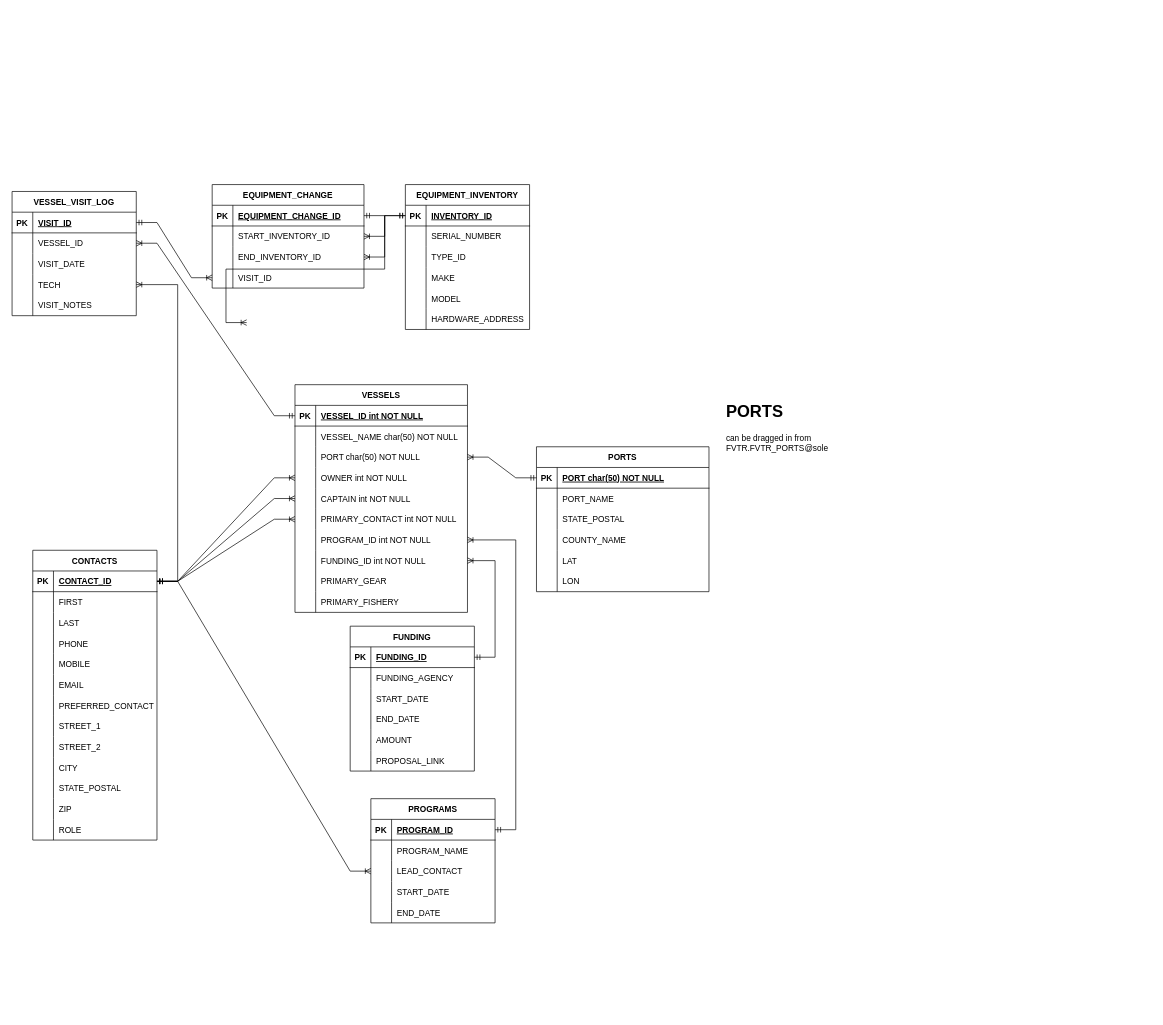
Above: eMOLT.drawio in GMaynard1/emolt_project_management (draw.io), before the change. Source tidied: cells renumbered, new cells numbered last; positions are measured from the earlier drawing's top-left corner, leaving out a move shared by most shapes. Both pictures are drawn from the tidied source at 69%, with x=0, y=0 at pixel (12, 184).
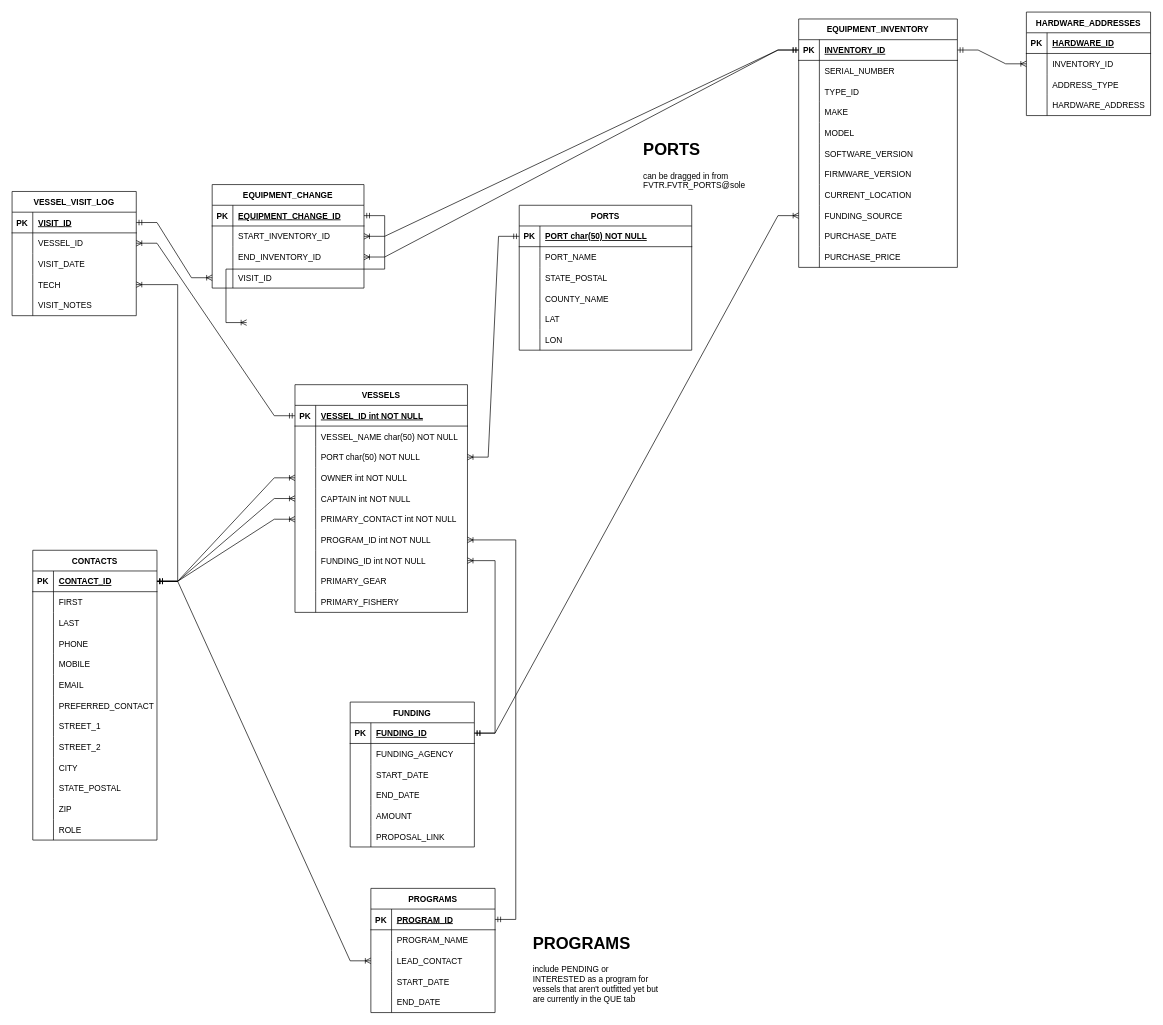
Above is the later version.

The change refers to these unchanged cells:
```xml
<mxCell id="115" style="shape=partialRectangle;fillColor=none;top=0;left=0;bottom=1;right=0;points=[[0,0.5],[1,0.5]];portConstraint=eastwest;" parent="114" vertex="1">
  <mxGeometry y="30" width="180" height="30" as="geometry" />
</mxCell>
```

Change to the diagram source:
```diff
@@
     <mxCell id="2" value="PORTS" style="shape=table;startSize=30;childLayout=tableLayout;rowLines=0;fontStyle=1;align=center;" parent="1" vertex="1">
-      <mxGeometry x="760" y="380" width="250" height="210" as="geometry" />
+      <mxGeometry x="735" y="30" width="250" height="210" as="geometry" />
     </mxCell>
@@
     <mxCell id="52" value="&lt;h1&gt;&lt;span&gt;PORTS&lt;/span&gt;&lt;/h1&gt;&lt;p&gt;&lt;span style=&quot;font-size: 12px ; font-weight: normal&quot;&gt;can be dragged in from FVTR.FVTR_PORTS@sole&lt;/span&gt;&lt;/p&gt;" style="text;html=1;strokeColor=none;fillColor=none;spacing=5;spacingTop=-20;whiteSpace=wrap;overflow=hidden;rounded=0;" parent="1" vertex="1">
-      <mxGeometry x="1030" y="310" width="190" height="90" as="geometry" />
+      <mxGeometry x="910" y="-70" width="190" height="90" as="geometry" />
     </mxCell>
@@
     <mxCell id="96" value="PROGRAMS" style="shape=table;startSize=30;childLayout=tableLayout;rowLines=0;fontStyle=1;align=center;" parent="1" vertex="1">
-      <mxGeometry x="520" y="890" width="180" height="180" as="geometry" />
+      <mxGeometry x="520" y="1020" width="180" height="180" as="geometry" />
     </mxCell>
@@
     <mxCell id="114" value="FUNDING" style="shape=table;startSize=30;childLayout=tableLayout;rowLines=0;fontStyle=1;align=center;" parent="1" vertex="1">
-      <mxGeometry x="490" y="640" width="180" height="210" as="geometry" />
+      <mxGeometry x="490" y="750" width="180" height="210" as="geometry" />
     </mxCell>
@@
     <mxCell id="166" value="EQUIPMENT_INVENTORY" style="shape=table;startSize=30;childLayout=tableLayout;rowLines=0;fontStyle=1;align=center;" parent="1" vertex="1">
-      <mxGeometry x="570" width="180" height="210" as="geometry" />
+      <mxGeometry x="1140" y="-240" width="230" height="360" as="geometry" />
     </mxCell>
     <mxCell id="167" style="shape=partialRectangle;fillColor=none;top=0;left=0;bottom=1;right=0;points=[[0,0.5],[1,0.5]];portConstraint=eastwest;" parent="166" vertex="1">
-      <mxGeometry y="30" width="180" height="30" as="geometry" />
+      <mxGeometry y="30" width="230" height="30" as="geometry" />
     </mxCell>
@@
     <mxCell id="169" value="INVENTORY_ID" style="shape=partialRectangle;fillColor=none;top=0;left=0;bottom=0;right=0;align=left;spacingLeft=6;fontStyle=5;overflow=hidden;" parent="167" vertex="1">
-      <mxGeometry x="30" width="150" height="30" as="geometry" />
+      <mxGeometry x="30" width="200" height="30" as="geometry" />
     </mxCell>
     <mxCell id="170" style="shape=partialRectangle;fillColor=none;top=0;left=0;bottom=0;right=0;" parent="166" vertex="1">
-      <mxGeometry y="60" width="180" height="30" as="geometry" />
+      <mxGeometry y="60" width="230" height="30" as="geometry" />
     </mxCell>
@@
     <mxCell id="172" value="SERIAL_NUMBER" style="shape=partialRectangle;fillColor=none;top=0;left=0;bottom=0;right=0;align=left;spacingLeft=6;overflow=hidden;" parent="170" vertex="1">
-      <mxGeometry x="30" width="150" height="30" as="geometry" />
+      <mxGeometry x="30" width="200" height="30" as="geometry" />
     </mxCell>
     <mxCell id="173" style="shape=partialRectangle;fillColor=none;top=0;left=0;bottom=0;right=0;" parent="166" vertex="1">
-      <mxGeometry y="90" width="180" height="30" as="geometry" />
+      <mxGeometry y="90" width="230" height="30" as="geometry" />
     </mxCell>
@@
     <mxCell id="175" value="TYPE_ID" style="shape=partialRectangle;fillColor=none;top=0;left=0;bottom=0;right=0;align=left;spacingLeft=6;overflow=hidden;" parent="173" vertex="1">
-      <mxGeometry x="30" width="150" height="30" as="geometry" />
+      <mxGeometry x="30" width="200" height="30" as="geometry" />
     </mxCell>
     <mxCell id="176" style="shape=partialRectangle;fillColor=none;top=0;left=0;bottom=0;right=0;" parent="166" vertex="1">
-      <mxGeometry y="120" width="180" height="30" as="geometry" />
+      <mxGeometry y="120" width="230" height="30" as="geometry" />
     </mxCell>
@@
     <mxCell id="178" value="MAKE" style="shape=partialRectangle;fillColor=none;top=0;left=0;bottom=0;right=0;align=left;spacingLeft=6;overflow=hidden;" parent="176" vertex="1">
-      <mxGeometry x="30" width="150" height="30" as="geometry" />
+      <mxGeometry x="30" width="200" height="30" as="geometry" />
     </mxCell>
     <mxCell id="179" style="shape=partialRectangle;fillColor=none;top=0;left=0;bottom=0;right=0;" parent="166" vertex="1">
-      <mxGeometry y="150" width="180" height="30" as="geometry" />
+      <mxGeometry y="150" width="230" height="30" as="geometry" />
     </mxCell>
@@
     <mxCell id="181" value="MODEL" style="shape=partialRectangle;fillColor=none;top=0;left=0;bottom=0;right=0;align=left;spacingLeft=6;overflow=hidden;" parent="179" vertex="1">
-      <mxGeometry x="30" width="150" height="30" as="geometry" />
+      <mxGeometry x="30" width="200" height="30" as="geometry" />
     </mxCell>
-    <mxCell id="182" style="shape=partialRectangle;fillColor=none;top=0;left=0;bottom=0;right=0;" parent="166" vertex="1">
-      <mxGeometry y="180" width="180" height="30" as="geometry" />
-    </mxCell>
-    <mxCell id="183" style="shape=partialRectangle;fillColor=none;top=0;left=0;bottom=0;right=0;overflow=hidden;" parent="182" vertex="1">
-      <mxGeometry width="30" height="30" as="geometry" />
-    </mxCell>
-    <mxCell id="184" value="HARDWARE_ADDRESS" style="shape=partialRectangle;fillColor=none;top=0;left=0;bottom=0;right=0;align=left;spacingLeft=6;overflow=hidden;" parent="182" vertex="1">
-      <mxGeometry x="30" width="150" height="30" as="geometry" />
-    </mxCell>
+    <mxCell id="189" style="shape=partialRectangle;fillColor=none;top=0;left=0;bottom=0;right=0;" parent="166" vertex="1">
+      <mxGeometry y="180" width="230" height="30" as="geometry" />
+    </mxCell>
+    <mxCell id="190" style="shape=partialRectangle;fillColor=none;top=0;left=0;bottom=0;right=0;overflow=hidden;" parent="189" vertex="1">
+      <mxGeometry width="30" height="30" as="geometry" />
+    </mxCell>
+    <mxCell id="191" value="SOFTWARE_VERSION" style="shape=partialRectangle;fillColor=none;top=0;left=0;bottom=0;right=0;align=left;spacingLeft=6;overflow=hidden;" parent="189" vertex="1">
+      <mxGeometry x="30" width="200" height="30" as="geometry" />
+    </mxCell>
+    <mxCell id="192" style="shape=partialRectangle;fillColor=none;top=0;left=0;bottom=0;right=0;" parent="166" vertex="1">
+      <mxGeometry y="210" width="230" height="30" as="geometry" />
+    </mxCell>
+    <mxCell id="193" style="shape=partialRectangle;fillColor=none;top=0;left=0;bottom=0;right=0;overflow=hidden;" parent="192" vertex="1">
+      <mxGeometry width="30" height="30" as="geometry" />
+    </mxCell>
+    <mxCell id="194" value="FIRMWARE_VERSION" style="shape=partialRectangle;fillColor=none;top=0;left=0;bottom=0;right=0;align=left;spacingLeft=6;overflow=hidden;" parent="192" vertex="1">
+      <mxGeometry x="30" width="200" height="30" as="geometry" />
+    </mxCell>
+    <mxCell id="195" style="shape=partialRectangle;fillColor=none;top=0;left=0;bottom=0;right=0;" parent="166" vertex="1">
+      <mxGeometry y="240" width="230" height="30" as="geometry" />
+    </mxCell>
+    <mxCell id="196" style="shape=partialRectangle;fillColor=none;top=0;left=0;bottom=0;right=0;overflow=hidden;" parent="195" vertex="1">
+      <mxGeometry width="30" height="30" as="geometry" />
+    </mxCell>
+    <mxCell id="197" value="CURRENT_LOCATION" style="shape=partialRectangle;fillColor=none;top=0;left=0;bottom=0;right=0;align=left;spacingLeft=6;overflow=hidden;" parent="195" vertex="1">
+      <mxGeometry x="30" width="200" height="30" as="geometry" />
+    </mxCell>
+    <mxCell id="198" style="shape=partialRectangle;fillColor=none;top=0;left=0;bottom=0;right=0;points=[[0,0.5],[1,0.5]];portConstraint=eastwest;" parent="166" vertex="1">
+      <mxGeometry y="270" width="230" height="30" as="geometry" />
+    </mxCell>
+    <mxCell id="199" style="shape=partialRectangle;fillColor=none;top=0;left=0;bottom=0;right=0;overflow=hidden;" parent="198" vertex="1">
+      <mxGeometry width="30" height="30" as="geometry" />
+    </mxCell>
+    <mxCell id="200" value="FUNDING_SOURCE" style="shape=partialRectangle;fillColor=none;top=0;left=0;bottom=0;right=0;align=left;spacingLeft=6;overflow=hidden;" parent="198" vertex="1">
+      <mxGeometry x="30" width="200" height="30" as="geometry" />
+    </mxCell>
+    <mxCell id="201" style="shape=partialRectangle;fillColor=none;top=0;left=0;bottom=0;right=0;" parent="166" vertex="1">
+      <mxGeometry y="300" width="230" height="30" as="geometry" />
+    </mxCell>
+    <mxCell id="202" style="shape=partialRectangle;fillColor=none;top=0;left=0;bottom=0;right=0;overflow=hidden;" parent="201" vertex="1">
+      <mxGeometry width="30" height="30" as="geometry" />
+    </mxCell>
+    <mxCell id="203" value="PURCHASE_DATE" style="shape=partialRectangle;fillColor=none;top=0;left=0;bottom=0;right=0;align=left;spacingLeft=6;overflow=hidden;" parent="201" vertex="1">
+      <mxGeometry x="30" width="200" height="30" as="geometry" />
+    </mxCell>
+    <mxCell id="204" style="shape=partialRectangle;fillColor=none;top=0;left=0;bottom=0;right=0;" parent="166" vertex="1">
+      <mxGeometry y="330" width="230" height="30" as="geometry" />
+    </mxCell>
+    <mxCell id="205" style="shape=partialRectangle;fillColor=none;top=0;left=0;bottom=0;right=0;overflow=hidden;" parent="204" vertex="1">
+      <mxGeometry width="30" height="30" as="geometry" />
+    </mxCell>
+    <mxCell id="206" value="PURCHASE_PRICE" style="shape=partialRectangle;fillColor=none;top=0;left=0;bottom=0;right=0;align=left;spacingLeft=6;overflow=hidden;" parent="204" vertex="1">
+      <mxGeometry x="30" width="200" height="30" as="geometry" />
+    </mxCell>
@@
+    <mxCell id="207" value="&lt;h1&gt;&lt;span&gt;PROGRAMS&lt;/span&gt;&lt;/h1&gt;&lt;p&gt;include PENDING or INTERESTED as a program for vessels that aren't outfitted yet but are currently in the QUE tab&lt;/p&gt;" style="text;html=1;strokeColor=none;fillColor=none;spacing=5;spacingTop=-20;whiteSpace=wrap;overflow=hidden;rounded=0;" parent="1" vertex="1">
+      <mxGeometry x="750" y="1080" width="190" height="110" as="geometry" />
+    </mxCell>
+    <mxCell id="208" style="edgeStyle=entityRelationEdgeStyle;fontSize=12;html=1;endArrow=ERoneToMany;startArrow=ERmandOne;rounded=0;" parent="1" edge="1" source="115" target="198">
+      <mxGeometry relative="1" as="geometry" />
+    </mxCell>
+    <mxCell id="209" value="HARDWARE_ADDRESSES" style="shape=table;startSize=30;childLayout=tableLayout;rowLines=0;fontStyle=1;align=center;" parent="1" vertex="1">
+      <mxGeometry x="1470" y="-250" width="180" height="150" as="geometry" />
+    </mxCell>
+    <mxCell id="210" style="shape=partialRectangle;fillColor=none;top=0;left=0;bottom=1;right=0;" parent="209" vertex="1">
+      <mxGeometry y="30" width="180" height="30" as="geometry" />
+    </mxCell>
+    <mxCell id="211" value="PK" style="shape=partialRectangle;fillColor=none;top=0;left=0;bottom=0;right=0;fontStyle=1;overflow=hidden;" parent="210" vertex="1">
+      <mxGeometry width="30" height="30" as="geometry" />
+    </mxCell>
+    <mxCell id="212" value="HARDWARE_ID" style="shape=partialRectangle;fillColor=none;top=0;left=0;bottom=0;right=0;align=left;spacingLeft=6;fontStyle=5;overflow=hidden;" parent="210" vertex="1">
+      <mxGeometry x="30" width="150" height="30" as="geometry" />
+    </mxCell>
+    <mxCell id="213" style="shape=partialRectangle;fillColor=none;top=0;left=0;bottom=0;right=0;points=[[0,0.5],[1,0.5]];portConstraint=eastwest;" parent="209" vertex="1">
+      <mxGeometry y="60" width="180" height="30" as="geometry" />
+    </mxCell>
+    <mxCell id="214" style="shape=partialRectangle;fillColor=none;top=0;left=0;bottom=0;right=0;overflow=hidden;" parent="213" vertex="1">
+      <mxGeometry width="30" height="30" as="geometry" />
+    </mxCell>
+    <mxCell id="215" value="INVENTORY_ID" style="shape=partialRectangle;fillColor=none;top=0;left=0;bottom=0;right=0;align=left;spacingLeft=6;overflow=hidden;" parent="213" vertex="1">
+      <mxGeometry x="30" width="150" height="30" as="geometry" />
+    </mxCell>
+    <mxCell id="216" style="shape=partialRectangle;fillColor=none;top=0;left=0;bottom=0;right=0;" parent="209" vertex="1">
+      <mxGeometry y="90" width="180" height="30" as="geometry" />
+    </mxCell>
+    <mxCell id="217" style="shape=partialRectangle;fillColor=none;top=0;left=0;bottom=0;right=0;overflow=hidden;" parent="216" vertex="1">
+      <mxGeometry width="30" height="30" as="geometry" />
+    </mxCell>
+    <mxCell id="218" value="ADDRESS_TYPE" style="shape=partialRectangle;fillColor=none;top=0;left=0;bottom=0;right=0;align=left;spacingLeft=6;overflow=hidden;" parent="216" vertex="1">
+      <mxGeometry x="30" width="150" height="30" as="geometry" />
+    </mxCell>
+    <mxCell id="219" style="shape=partialRectangle;fillColor=none;top=0;left=0;bottom=0;right=0;" parent="209" vertex="1">
+      <mxGeometry y="120" width="180" height="30" as="geometry" />
+    </mxCell>
+    <mxCell id="220" style="shape=partialRectangle;fillColor=none;top=0;left=0;bottom=0;right=0;overflow=hidden;" parent="219" vertex="1">
+      <mxGeometry width="30" height="30" as="geometry" />
+    </mxCell>
+    <mxCell id="184" value="HARDWARE_ADDRESS" style="shape=partialRectangle;fillColor=none;top=0;left=0;bottom=0;right=0;align=left;spacingLeft=6;overflow=hidden;" parent="219" vertex="1">
+      <mxGeometry x="30" width="150" height="30" as="geometry" />
+    </mxCell>
+    <mxCell id="221" style="edgeStyle=entityRelationEdgeStyle;fontSize=12;html=1;endArrow=ERoneToMany;startArrow=ERmandOne;rounded=0;" parent="1" edge="1" source="167" target="213">
+      <mxGeometry relative="1" as="geometry" />
+    </mxCell>
```
